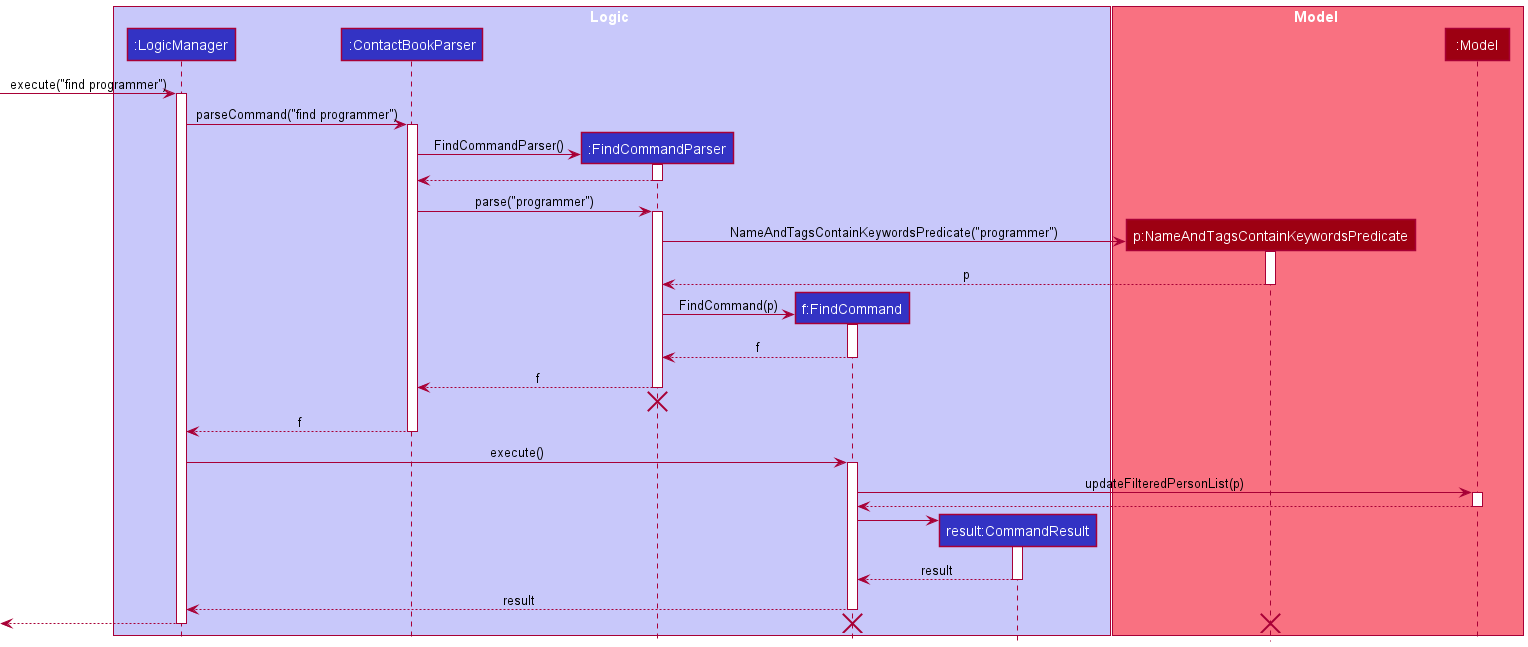
Earlier version of the PlantUML export docs/images/FindTagSequenceDiagram.png (samyipsh/tp).
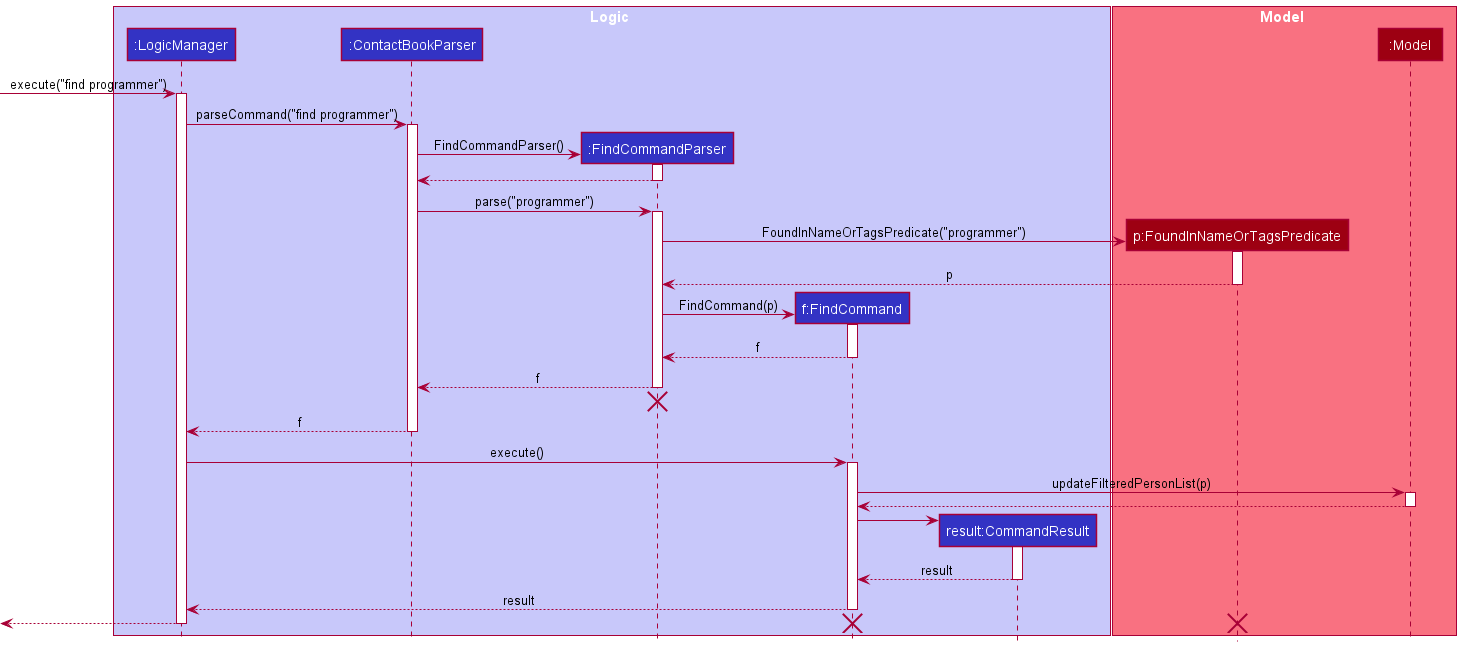
The same file after the commit.

Commit message:
Update diagrams for PPP and developer guide

The edit, as a diff of the source:
```diff
@@ -10,9 +10,10 @@
 end box
 
 box Model MODEL_COLOR_T1
-participant "p:NameAndTagsContainKeywordsPredicate" as NameAndTagsContainKeywordsPredicate MODEL_COLOR
+participant "p:FoundInNameOrTagsPredicate" as FoundInNameOrTagsPredicate MODEL_COLOR
 participant ":Model" as Model MODEL_COLOR
 end box
+
 
 [-> LogicManager : execute("find programmer")
 activate LogicManager
@@ -30,12 +31,12 @@
 ContactBookParser -> FindCommandParser : parse("programmer")
 activate FindCommandParser
 
-create NameAndTagsContainKeywordsPredicate
-FindCommandParser -> NameAndTagsContainKeywordsPredicate : NameAndTagsContainKeywordsPredicate("programmer")
-activate NameAndTagsContainKeywordsPredicate
+create FoundInNameOrTagsPredicate
+FindCommandParser -> FoundInNameOrTagsPredicate : FoundInNameOrTagsPredicate("programmer")
+activate FoundInNameOrTagsPredicate
 
-NameAndTagsContainKeywordsPredicate --> FindCommandParser : p
-deactivate NameAndTagsContainKeywordsPredicate
+FoundInNameOrTagsPredicate --> FindCommandParser : p
+deactivate FoundInNameOrTagsPredicate
 
 create FindCommand
 FindCommandParser -> FindCommand : FindCommand(p)
@@ -75,5 +76,5 @@
 deactivate LogicManager
 
 destroy FindCommand
-destroy NameAndTagsContainKeywordsPredicate
+destroy FoundInNameOrTagsPredicate
 @enduml
```
